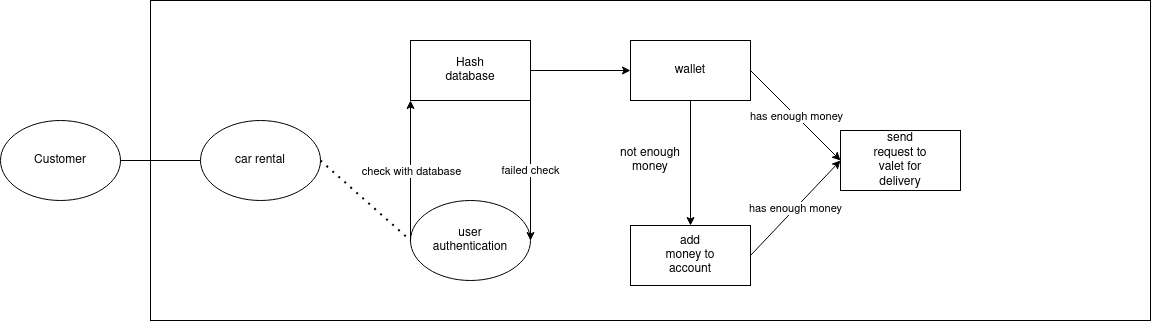
The draw.io diagram docs/diagrams/Rent_A_Car_diagram.png in KRy28/CS3450Group3, before a commit. Source tidied: cells renumbered, new cells last; positions are measured from the earlier drawing's top-left corner, leaving out a move shared by most shapes.
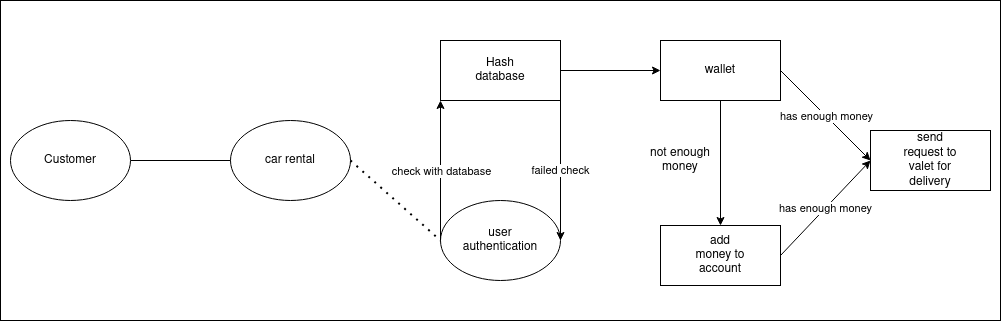
Above is the later version.

Commit message:
issue with last diagram

Diff of the diagram source:
```diff
@@ -2,22 +2,13 @@
   <root>
     <mxCell id="0" />
     <mxCell id="1" parent="0" />
-    <mxCell id="2" style="ellipse;whiteSpace=wrap;html=1;" parent="1" vertex="1">
-      <mxGeometry y="120" width="120" height="80" as="geometry" />
-    </mxCell>
-    <mxCell id="3" value="Customer" style="text;html=1;strokeColor=none;fillColor=none;align=center;verticalAlign=middle;whiteSpace=wrap;rounded=0;" parent="1" vertex="1">
-      <mxGeometry x="30" y="145" width="60" height="30" as="geometry" />
-    </mxCell>
     <mxCell id="4" style="rounded=0;whiteSpace=wrap;html=1;" parent="1" vertex="1">
-      <mxGeometry x="150" width="1000" height="320" as="geometry" />
+      <mxGeometry x="-30" width="1000" height="320" as="geometry" />
     </mxCell>
-    <mxCell id="5" style="endArrow=none;html=1;rounded=0;entryX=1;entryY=0.5;entryDx=0;entryDy=0;" parent="1" edge="1" source="4" target="2">
-      <mxGeometry relative="1" as="geometry" />
-    </mxCell>
     <mxCell id="6" style="ellipse;whiteSpace=wrap;html=1;" parent="1" vertex="1">
       <mxGeometry x="200" y="120" width="120" height="80" as="geometry" />
     </mxCell>
-    <mxCell id="7" style="endArrow=none;html=1;rounded=0;exitX=0;exitY=0.5;exitDx=0;exitDy=0;entryX=0;entryY=0.5;entryDx=0;entryDy=0;" parent="1" edge="1" source="4" target="6">
+    <mxCell id="7" style="endArrow=none;html=1;rounded=0;exitX=1;exitY=0.5;exitDx=0;exitDy=0;entryX=0;entryY=0.5;entryDx=0;entryDy=0;" parent="1" edge="1" source="2" target="6">
       <mxGeometry relative="1" as="geometry" />
     </mxCell>
     <mxCell id="8" value="car rental" style="text;html=1;strokeColor=none;fillColor=none;align=center;verticalAlign=middle;whiteSpace=wrap;rounded=0;" parent="1" vertex="1">
@@ -91,5 +82,11 @@
     <mxCell id="30" value="has enough money" style="edgeLabel;html=1;align=center;verticalAlign=middle;" parent="29" vertex="1">
       <mxGeometry relative="1" as="geometry" />
     </mxCell>
+    <mxCell id="2" style="ellipse;whiteSpace=wrap;html=1;" parent="1" vertex="1">
+      <mxGeometry x="-20" y="120" width="120" height="80" as="geometry" />
+    </mxCell>
+    <mxCell id="3" value="Customer" style="text;html=1;strokeColor=none;fillColor=none;align=center;verticalAlign=middle;whiteSpace=wrap;rounded=0;" parent="1" vertex="1">
+      <mxGeometry x="10" y="145" width="60" height="30" as="geometry" />
+    </mxCell>
   </root>
 </mxGraphModel>
```
